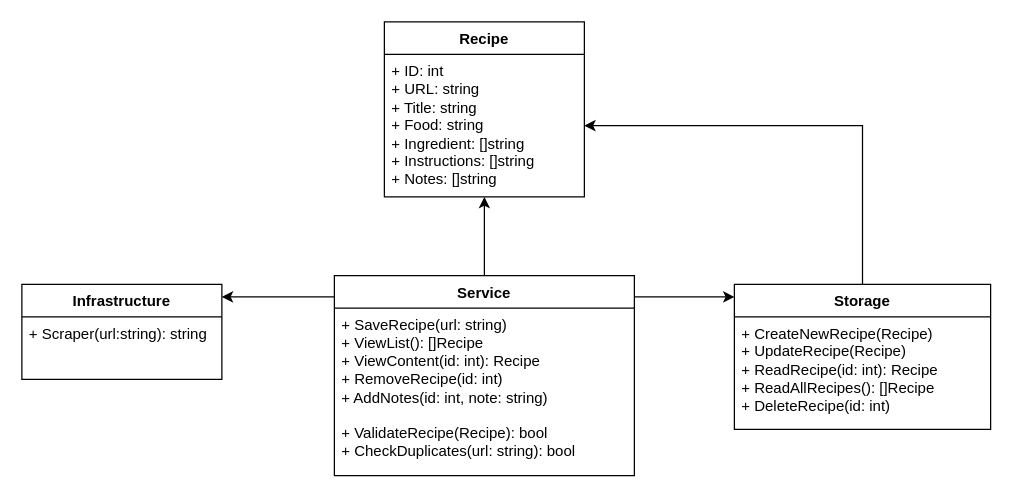
The draw.io diagram docs/class_diagram.drawio in acosio14/cook-book, before the edit. Source tidied: cells renumbered, new cells numbered last; positions are measured from the earlier drawing's top-left corner, leaving out a move shared by most shapes. Both pictures are drawn from the tidied source at 125%, with x=0, y=0 at pixel (21, 21).
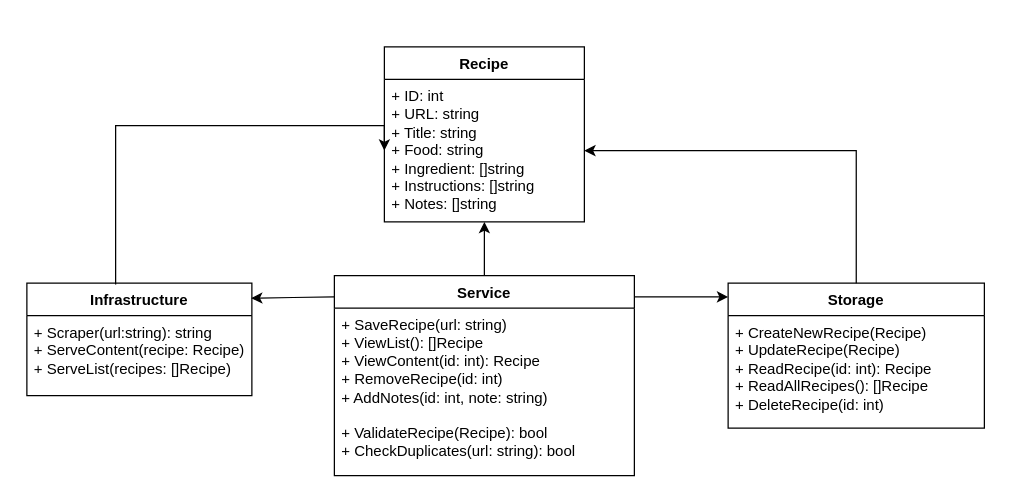
The same diagram, later.

Commit message:
feat: add more methods to infrastructure to view content.

What changed in the source:
```diff
@@
 <mxGraphModel>
   <root>
     <mxCell id="0" />
     <mxCell id="1" parent="0" />
     <mxCell id="2" style="edgeStyle=orthogonalEdgeStyle;rounded=0;jettySize=auto;html=1;exitX=0.5;exitY=0;exitDx=0;exitDy=0;entryX=0.5;entryY=1;entryDx=0;entryDy=0;" parent="1" edge="1" source="7" target="3">
       <mxGeometry relative="1" as="geometry" />
     </mxCell>
     <mxCell id="3" value="Recipe" style="swimlane;fontStyle=1;align=center;verticalAlign=top;horizontal=1;startSize=26;whiteSpace=wrap;html=1;" parent="1" vertex="1">
-      <mxGeometry x="290" width="160" height="140" as="geometry" />
+      <mxGeometry x="290" y="20" width="160" height="140" as="geometry" />
     </mxCell>
     <mxCell id="4" value="&lt;div&gt;+ ID: int&lt;/div&gt;&lt;div&gt;+ URL: string&lt;/div&gt;&lt;div&gt;+ Title: string&lt;/div&gt;&lt;div&gt;+ Food: string&lt;/div&gt;&lt;div&gt;+ Ingredient: []string&lt;/div&gt;&lt;div&gt;+ Instructions: []string&lt;/div&gt;&lt;div&gt;+ Notes: []string&lt;/div&gt;" style="text;strokeColor=none;fillColor=none;align=left;verticalAlign=top;spacingLeft=4;spacingRight=4;overflow=hidden;points=[[0,0.5],[1,0.5]];portConstraint=eastwest;whiteSpace=wrap;html=1;" parent="3" vertex="1">
       <mxGeometry y="26" width="160" height="114" as="geometry" />
     </mxCell>
     <mxCell id="5" value="Storage" style="swimlane;fontStyle=1;align=center;verticalAlign=top;horizontal=1;startSize=26;whiteSpace=wrap;html=1;" parent="1" vertex="1">
-      <mxGeometry x="570" y="210" width="205" height="116" as="geometry" />
+      <mxGeometry x="565" y="209" width="205" height="116" as="geometry" />
     </mxCell>
     <mxCell id="6" value="&lt;div&gt;+ CreateNewRecipe(Recipe)&lt;/div&gt;&lt;div&gt;+ UpdateRecipe(Recipe)&lt;/div&gt;&lt;div&gt;+ ReadRecipe(id: int): Recipe&lt;/div&gt;&lt;div&gt;+ ReadAllRecipes(): []Recipe&lt;/div&gt;&lt;div&gt;+ DeleteRecipe(id: int)&lt;/div&gt;" style="text;strokeColor=none;fillColor=none;align=left;verticalAlign=top;spacingLeft=4;spacingRight=4;overflow=hidden;whiteSpace=wrap;html=1;" parent="5" vertex="1">
       <mxGeometry y="26" width="205" height="90" as="geometry" />
     </mxCell>
     <mxCell id="7" value="Service" style="swimlane;fontStyle=1;align=center;verticalAlign=top;horizontal=1;startSize=26;whiteSpace=wrap;html=1;" parent="1" vertex="1">
       <mxGeometry x="250" y="203" width="240" height="160" as="geometry" />
     </mxCell>
     <mxCell id="8" value="&lt;div&gt;+ SaveRecipe(url: string)&lt;/div&gt;&lt;div&gt;+ ViewList(): []Recipe&lt;/div&gt;&lt;div&gt;+ ViewContent(id: int): Recipe&amp;nbsp;&lt;/div&gt;&lt;div&gt;+ RemoveRecipe(id: int)&lt;br&gt;+ AddNotes(id: int, note: string)&lt;/div&gt;&lt;div&gt;&lt;br&gt;&lt;/div&gt;&lt;div&gt;+ ValidateRecipe(Recipe): bool&lt;/div&gt;&lt;div&gt;+ CheckDuplicates(url: string): bool&lt;/div&gt;&lt;div&gt;&lt;br&gt;&lt;/div&gt;" style="text;strokeColor=none;fillColor=none;align=left;verticalAlign=top;spacingLeft=4;spacingRight=4;overflow=hidden;whiteSpace=wrap;html=1;" parent="7" vertex="1">
       <mxGeometry y="26" width="240" height="134" as="geometry" />
     </mxCell>
     <mxCell id="9" value="Infrastructure" style="swimlane;fontStyle=1;align=center;verticalAlign=top;horizontal=1;startSize=26;whiteSpace=wrap;html=1;" parent="1" vertex="1">
-      <mxGeometry y="210" width="160" height="76" as="geometry" />
+      <mxGeometry x="4" y="209" width="180" height="90" as="geometry" />
     </mxCell>
-    <mxCell id="10" value="&lt;div&gt;+ Scraper(url:string): string&lt;/div&gt;" style="text;strokeColor=none;fillColor=none;align=left;verticalAlign=top;spacingLeft=4;spacingRight=4;overflow=hidden;whiteSpace=wrap;html=1;" parent="9" vertex="1">
-      <mxGeometry y="26" width="160" height="50" as="geometry" />
+    <mxCell id="10" value="&lt;div&gt;+ Scraper(url:string): string&lt;/div&gt;&lt;div&gt;+ ServeContent(recipe: Recipe)&lt;/div&gt;&lt;div&gt;+ ServeList(recipes: []Recipe)&lt;/div&gt;" style="text;strokeColor=none;fillColor=none;align=left;verticalAlign=top;spacingLeft=4;spacingRight=4;overflow=hidden;whiteSpace=wrap;html=1;" parent="9" vertex="1">
+      <mxGeometry y="26" width="180" height="64" as="geometry" />
     </mxCell>
     <mxCell id="11" style="edgeStyle=orthogonalEdgeStyle;rounded=0;jettySize=auto;html=1;exitX=0.5;exitY=0;exitDx=0;exitDy=0;entryX=1;entryY=0.5;entryDx=0;entryDy=0;" parent="1" edge="1" source="5" target="4">
       <mxGeometry relative="1" as="geometry" />
     </mxCell>
-    <mxCell id="12" style="edgeStyle=orthogonalEdgeStyle;rounded=0;orthogonalLoop=1;jettySize=auto;html=1;" parent="1" edge="1">
+    <mxCell id="12" style="edgeStyle=orthogonalEdgeStyle;rounded=0;jettySize=auto;html=1;entryX=0.997;entryY=0.134;entryDx=0;entryDy=0;entryPerimeter=0;" parent="1" edge="1" target="9">
       <mxGeometry relative="1" as="geometry">
         <mxPoint x="250" y="220" as="sourcePoint" />
-        <mxPoint x="160" y="220" as="targetPoint" />
-        <Array as="points">
-          <mxPoint x="250" y="220" />
-        </Array>
       </mxGeometry>
     </mxCell>
     <mxCell id="13" style="edgeStyle=orthogonalEdgeStyle;rounded=0;orthogonalLoop=1;jettySize=auto;html=1;" parent="1" edge="1">
       <mxGeometry relative="1" as="geometry">
         <mxPoint x="490" y="220" as="sourcePoint" />
-        <mxPoint x="570" y="220" as="targetPoint" />
+        <mxPoint x="565" y="220" as="targetPoint" />
         <Array as="points">
           <mxPoint x="560" y="220" />
         </Array>
       </mxGeometry>
     </mxCell>
+    <mxCell id="14" style="edgeStyle=orthogonalEdgeStyle;rounded=0;jettySize=auto;html=1;entryX=0;entryY=0.5;entryDx=0;entryDy=0;" parent="1" edge="1" target="4">
+      <mxGeometry relative="1" as="geometry">
+        <mxPoint x="75" y="210" as="sourcePoint" />
+        <Array as="points">
+          <mxPoint x="75" y="83" />
+        </Array>
+      </mxGeometry>
+    </mxCell>
   </root>
 </mxGraphModel>
```
